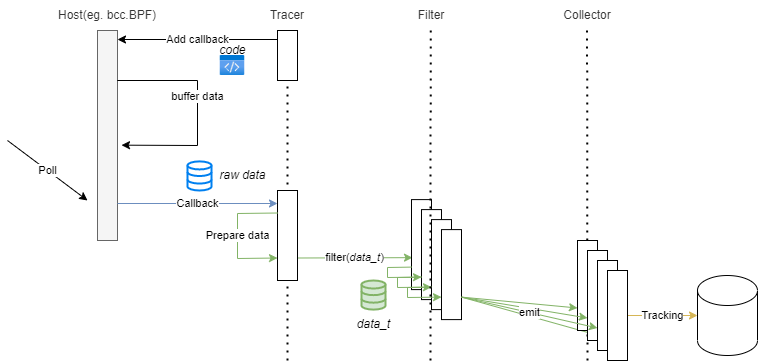
Before: docs/design/image/dataflow.png, a diagram exported from draw.io (hitsz-ids/duetector). Source tidied: cells renumbered, new cells last; positions are measured from the earlier drawing's top-left corner, leaving out a move shared by most shapes.
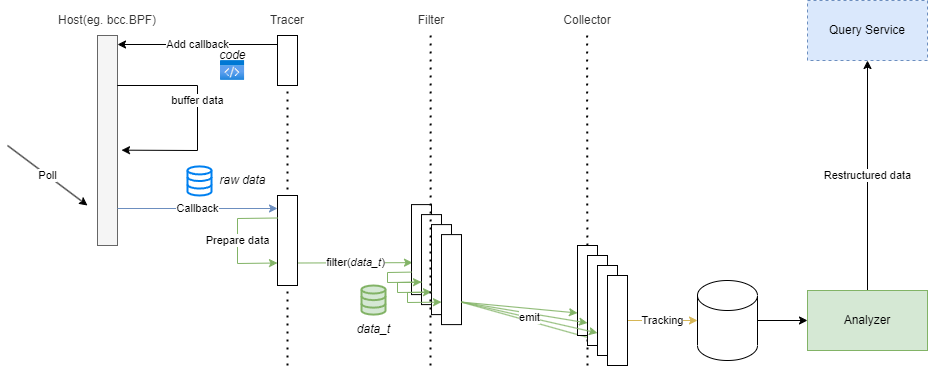
After the change.

Diff of the diagram source:
```diff
@@ -158,6 +158,9 @@
     <mxCell id="38" value="emit" style="edgeStyle=none;rounded=0;html=1;exitX=1;exitY=0.75;exitDx=0;exitDy=0;entryX=0;entryY=0.75;entryDx=0;entryDy=0;startArrow=none;startFill=0;endArrow=classic;endFill=1;fillColor=#d5e8d4;strokeColor=#82b366;" parent="1" edge="1" source="25" target="34">
       <mxGeometry relative="1" as="geometry" />
     </mxCell>
+    <mxCell id="41" style="edgeStyle=none;html=1;" parent="1" edge="1" source="39" target="43">
+      <mxGeometry relative="1" as="geometry" />
+    </mxCell>
     <mxCell id="39" style="shape=cylinder3;whiteSpace=wrap;html=1;boundedLbl=1;backgroundOutline=1;size=15;labelBackgroundColor=#ffffff;" parent="1" vertex="1">
       <mxGeometry x="690" y="275" width="60" height="80" as="geometry" />
     </mxCell>
@@ -167,5 +170,14 @@
         <mxPoint x="80" y="200" as="targetPoint" />
       </mxGeometry>
     </mxCell>
+    <mxCell id="42" value="Restructured data" style="edgeStyle=none;html=1;" parent="1" edge="1" source="43" target="44">
+      <mxGeometry relative="1" as="geometry" />
+    </mxCell>
+    <mxCell id="43" value="Analyzer" style="rounded=0;whiteSpace=wrap;html=1;fillColor=#d5e8d4;strokeColor=#82b366;" parent="1" vertex="1">
+      <mxGeometry x="800" y="285" width="120" height="60" as="geometry" />
+    </mxCell>
+    <mxCell id="44" value="Query Service" style="whiteSpace=wrap;html=1;rounded=0;fillColor=#dae8fc;strokeColor=#6c8ebf;dashed=1;" parent="1" vertex="1">
+      <mxGeometry x="800" y="-5" width="120" height="60" as="geometry" />
+    </mxCell>
   </root>
 </mxGraphModel>
```
